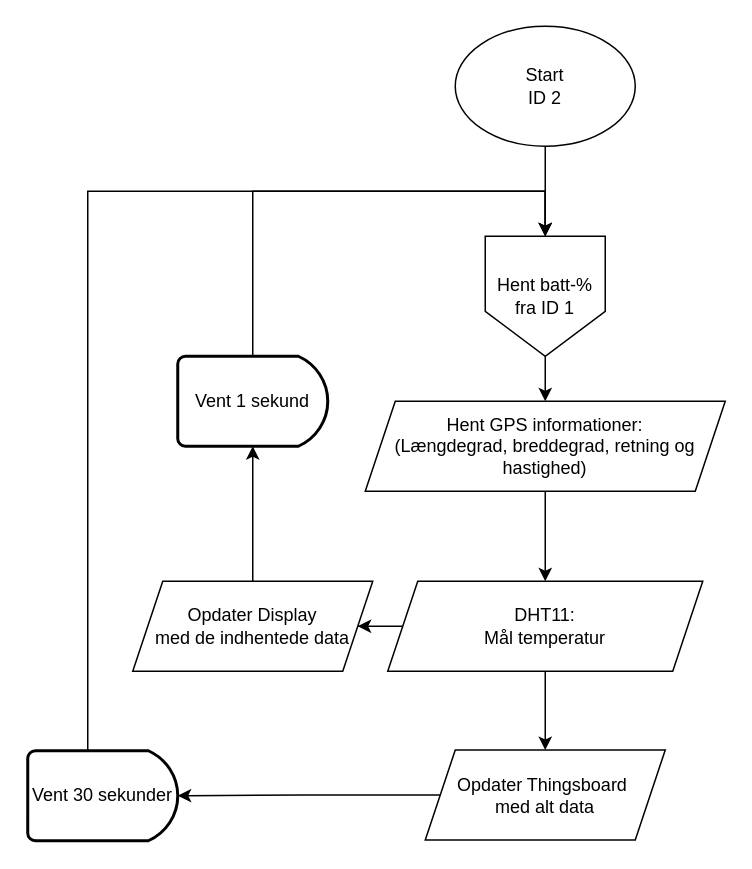
Before: page "ID 2" (2 of 10) of Samlet løsning/Samlet Flowchart.drawio in KEA-E24-B9-IOT1/E24-B9-IoT1, a draw.io diagram. Source tidied: cells renumbered, new cells numbered last; positions are measured from the earlier drawing's top-left corner, leaving out a move shared by most shapes. Both pictures are drawn from the tidied source at 150%, with x=0, y=0 at pixel (27, 26).
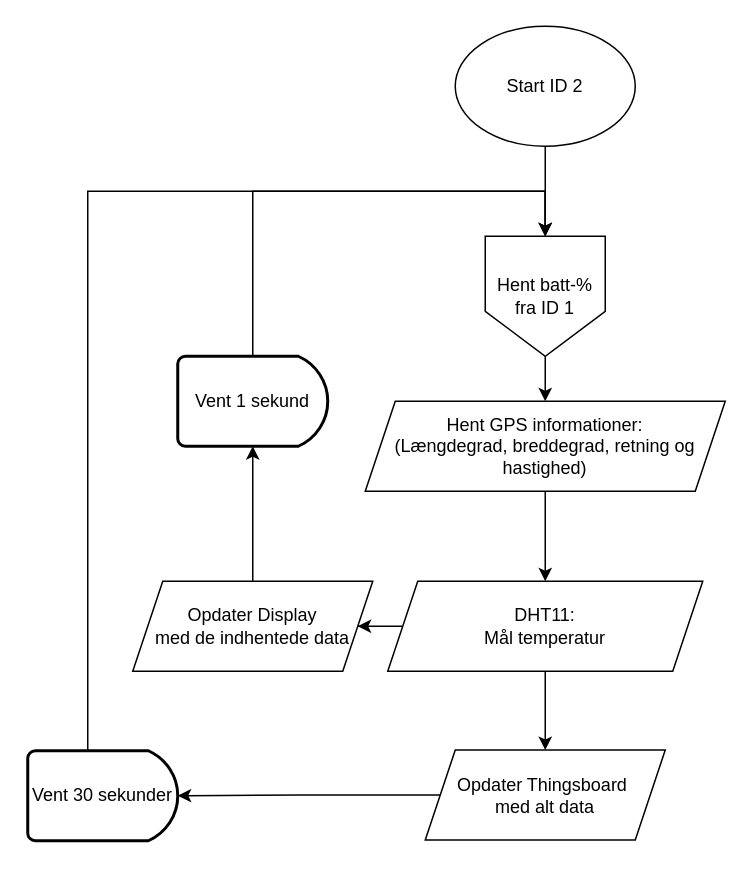
Above is the later version.

What changed in the source:
```diff
@@
-    <mxCell id="18" value="Start&lt;br&gt;ID 2" style="ellipse;whiteSpace=wrap;html=1;" parent="1" vertex="1">
+    <mxCell id="18" value="Start ID 2" style="ellipse;whiteSpace=wrap;html=1;" parent="1" vertex="1">
       <mxGeometry x="285" width="120" height="80" as="geometry" />
     </mxCell>
```
